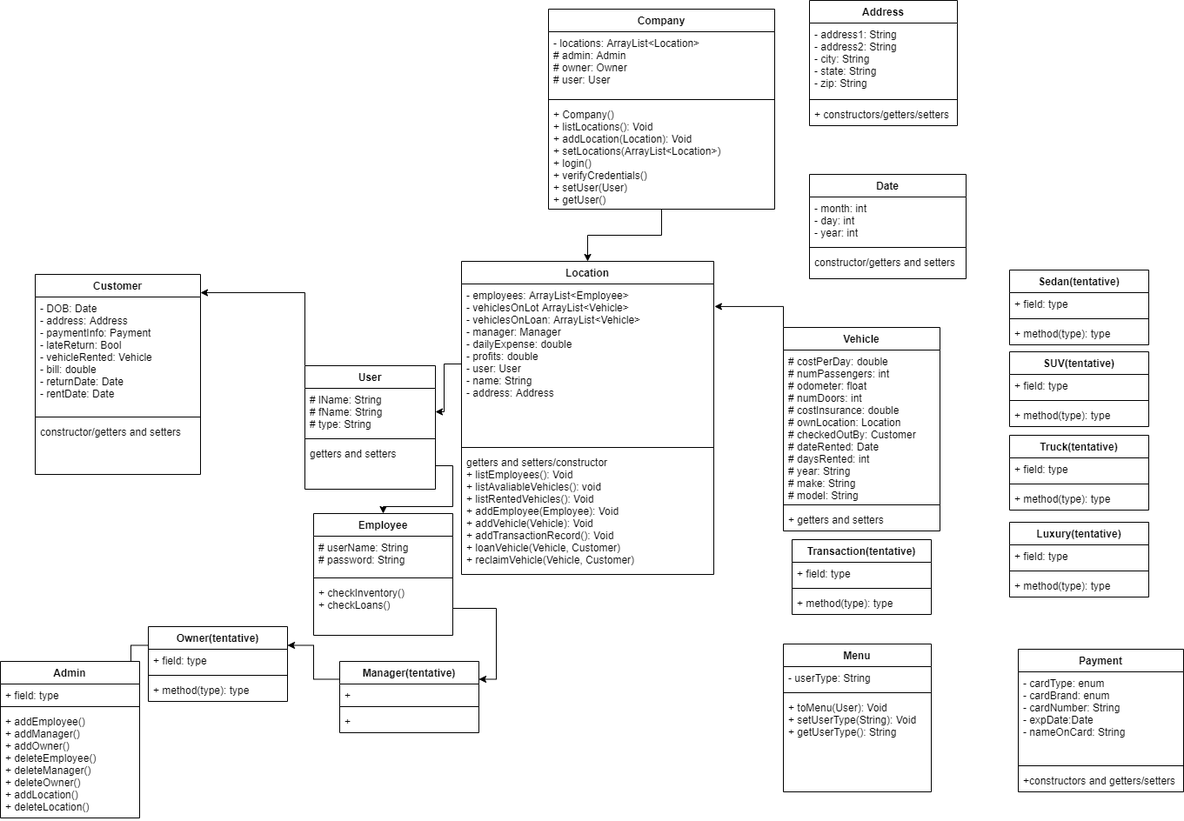
Earlier version of the draw.io export finalProject.png (alistenberger/rentACar). Source tidied: cells renumbered, new cells last; positions are measured from the earlier drawing's top-left corner, leaving out a move shared by most shapes.
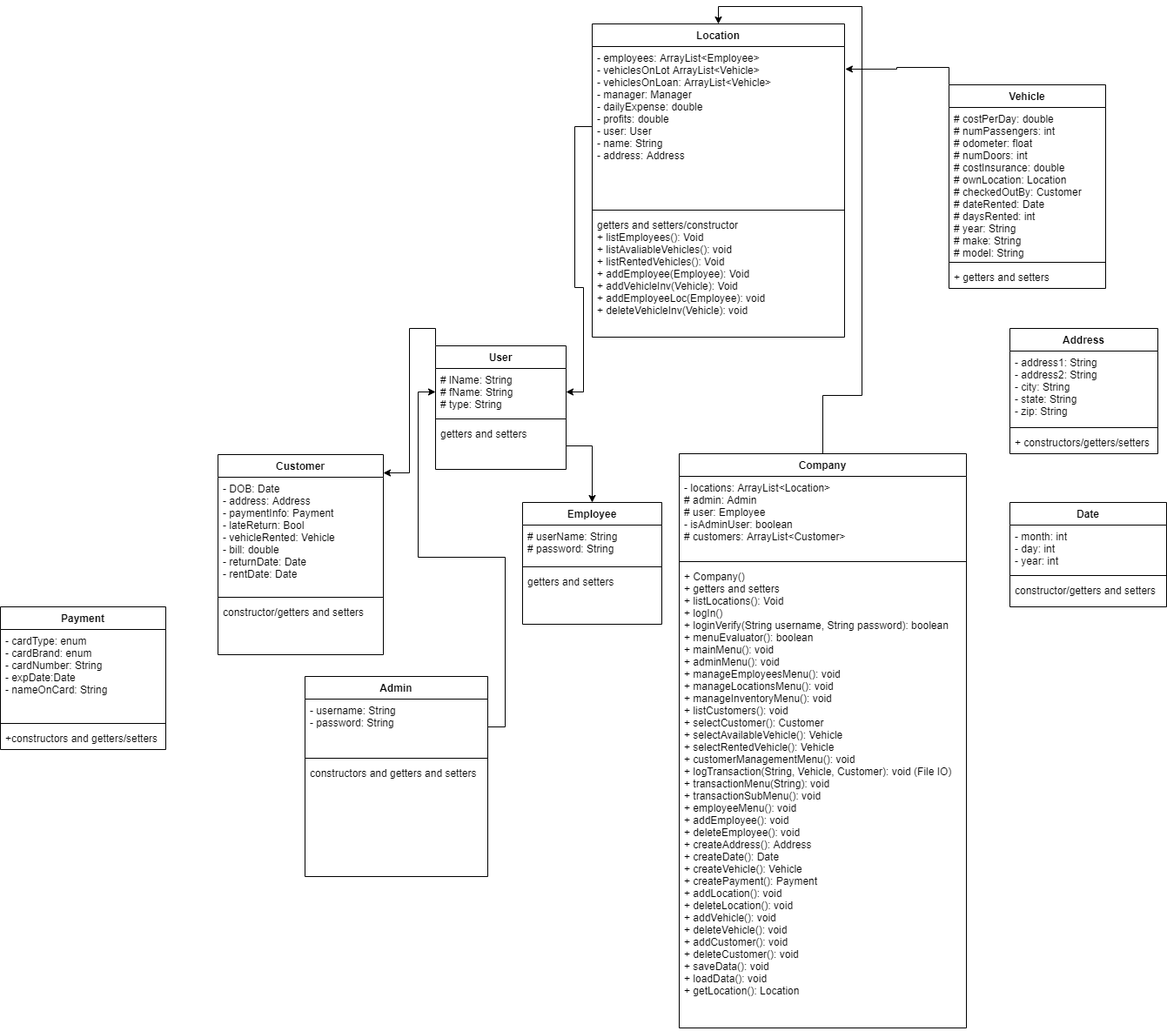
Later version of the same file.

Change to the diagram source:
```diff
@@ -8,3 +8,3 @@
     <mxCell id="3" value="User" style="swimlane;fontStyle=1;align=center;verticalAlign=top;horizontal=1;startSize=26;" parent="1" vertex="1">
-      <mxGeometry x="350" y="420" width="150" height="142" as="geometry" />
+      <mxGeometry x="270" y="20" width="150" height="142" as="geometry" />
     </mxCell>
@@ -20,3 +20,3 @@
     <mxCell id="7" value="Customer" style="swimlane;fontStyle=1;align=center;verticalAlign=top;horizontal=1;startSize=26;" parent="1" vertex="1">
-      <mxGeometry x="40" y="315" width="190" height="230" as="geometry" />
+      <mxGeometry x="20" y="145" width="190" height="230" as="geometry" />
     </mxCell>
@@ -32,3 +32,3 @@
     <mxCell id="11" value="Employee" style="swimlane;fontStyle=1;align=center;verticalAlign=top;horizontal=1;startSize=26;" parent="1" vertex="1">
-      <mxGeometry x="360" y="590" width="160" height="140" as="geometry" />
+      <mxGeometry x="370" y="200" width="160" height="140" as="geometry" />
     </mxCell>
@@ -40,20 +40,5 @@
     </mxCell>
-    <mxCell id="14" value="+ checkInventory()&#10;+ checkLoans()" style="text;strokeColor=none;fillColor=none;align=left;verticalAlign=top;spacingLeft=4;spacingRight=4;overflow=hidden;points=[[0,0.5],[1,0.5]];portConstraint=eastwest;" parent="11" vertex="1">
+    <mxCell id="14" value="getters and setters" style="text;strokeColor=none;fillColor=none;align=left;verticalAlign=top;spacingLeft=4;spacingRight=4;overflow=hidden;points=[[0,0.5],[1,0.5]];portConstraint=eastwest;" parent="11" vertex="1">
       <mxGeometry y="78" width="160" height="62" as="geometry" />
     </mxCell>
-    <mxCell id="15" style="edgeStyle=orthogonalEdgeStyle;rounded=0;jettySize=auto;html=1;exitX=0;exitY=0.25;exitDx=0;exitDy=0;entryX=1;entryY=0.122;entryDx=0;entryDy=0;entryPerimeter=0;" parent="1" edge="1" source="16" target="54">
-      <mxGeometry relative="1" as="geometry" />
-    </mxCell>
-    <mxCell id="16" value="Owner(tentative)" style="swimlane;fontStyle=1;align=center;verticalAlign=top;horizontal=1;startSize=26;" parent="1" vertex="1">
-      <mxGeometry x="170" y="720" width="160" height="86" as="geometry" />
-    </mxCell>
-    <mxCell id="17" value="+ field: type" style="text;strokeColor=none;fillColor=none;align=left;verticalAlign=top;spacingLeft=4;spacingRight=4;overflow=hidden;" parent="16" vertex="1">
-      <mxGeometry y="26" width="160" height="26" as="geometry" />
-    </mxCell>
-    <mxCell id="18" style="line;strokeWidth=1;fillColor=none;align=left;verticalAlign=middle;spacingTop=-1;spacingLeft=3;spacingRight=3;labelPosition=right;" parent="16" vertex="1">
-      <mxGeometry y="52" width="160" height="8" as="geometry" />
-    </mxCell>
-    <mxCell id="19" value="+ method(type): type" style="text;strokeColor=none;fillColor=none;align=left;verticalAlign=top;spacingLeft=4;spacingRight=4;overflow=hidden;" parent="16" vertex="1">
-      <mxGeometry y="60" width="160" height="26" as="geometry" />
-    </mxCell>
     <mxCell id="20" style="edgeStyle=orthogonalEdgeStyle;rounded=0;jettySize=auto;html=1;entryX=0.5;entryY=0;entryDx=0;entryDy=0;" parent="1" edge="1" source="21" target="25">
@@ -62,15 +47,15 @@
     <mxCell id="21" value="Company" style="swimlane;fontStyle=1;align=center;verticalAlign=top;horizontal=1;startSize=26;" parent="1" vertex="1">
-      <mxGeometry x="630" y="10" width="260" height="230" as="geometry" />
+      <mxGeometry x="550" y="144" width="330" height="660" as="geometry" />
     </mxCell>
-    <mxCell id="22" value="- locations: ArrayList&lt;Location&gt;&#10;# admin: Admin&#10;# owner: Owner&#10;# user: User" style="text;strokeColor=none;fillColor=none;align=left;verticalAlign=top;spacingLeft=4;spacingRight=4;overflow=hidden;" parent="21" vertex="1">
-      <mxGeometry y="26" width="260" height="74" as="geometry" />
+    <mxCell id="22" value="- locations: ArrayList&lt;Location&gt;&#10;# admin: Admin&#10;# user: Employee&#10;- isAdminUser: boolean&#10;# customers: ArrayList&lt;Customer&gt;" style="text;strokeColor=none;fillColor=none;align=left;verticalAlign=top;spacingLeft=4;spacingRight=4;overflow=hidden;" parent="21" vertex="1">
+      <mxGeometry y="26" width="330" height="94" as="geometry" />
     </mxCell>
     <mxCell id="23" style="line;strokeWidth=1;fillColor=none;align=left;verticalAlign=middle;spacingTop=-1;spacingLeft=3;spacingRight=3;labelPosition=right;" parent="21" vertex="1">
-      <mxGeometry y="100" width="260" height="8" as="geometry" />
+      <mxGeometry y="120" width="330" height="8" as="geometry" />
     </mxCell>
-    <mxCell id="24" value="+ Company()&#10;+ listLocations(): Void&#10;+ addLocation(Location): Void&#10;+ setLocations(ArrayList&lt;Location&gt;)&#10;+ login()&#10;+ verifyCredentials()&#10;+ setUser(User)&#10;+ getUser()" style="text;strokeColor=none;fillColor=none;align=left;verticalAlign=top;spacingLeft=4;spacingRight=4;overflow=hidden;" parent="21" vertex="1">
-      <mxGeometry y="108" width="260" height="122" as="geometry" />
+    <mxCell id="24" value="+ Company()&#10;+ getters and setters&#10;+ listLocations(): Void&#10;+ logIn()&#10;+ loginVerify(String username, String password): boolean&#10;+ menuEvaluator(): boolean&#10;+ mainMenu(): void&#10;+ adminMenu(): void&#10;+ manageEmployeesMenu(): void&#10;+ manageLocationsMenu(): void&#10;+ manageInventoryMenu(): void&#10;+ listCustomers(): void&#10;+ selectCustomer(): Customer&#10;+ selectAvailableVehicle(): Vehicle&#10;+ selectRentedVehicle(): Vehicle&#10;+ customerManagementMenu(): void&#10;+ logTransaction(String, Vehicle, Customer): void (File IO)&#10;+ transactionMenu(String): void&#10;+ transactionSubMenu(): void&#10;+ employeeMenu(): void&#10;+ addEmployee(): void&#10;+ deleteEmployee(): void&#10;+ createAddress(): Address&#10;+ createDate(): Date&#10;+ createVehicle(): Vehicle&#10;+ createPayment(): Payment&#10;+ addLocation(): void&#10;+ deleteLocation(): void&#10;+ addVehicle(): void&#10;+ deleteVehicle(): void&#10;+ addCustomer(): void&#10;+ deleteCustomer(): void&#10;+ saveData(): void&#10;+ loadData(): void&#10;+ getLocation(): Location" style="text;strokeColor=none;fillColor=none;align=left;verticalAlign=top;spacingLeft=4;spacingRight=4;overflow=hidden;" parent="21" vertex="1">
+      <mxGeometry y="128" width="330" height="532" as="geometry" />
     </mxCell>
     <mxCell id="25" value="Location" style="swimlane;fontStyle=1;align=center;verticalAlign=top;horizontal=1;startSize=26;" parent="1" vertex="1">
-      <mxGeometry x="530" y="300" width="290" height="360" as="geometry" />
+      <mxGeometry x="450" y="-350" width="290" height="360" as="geometry" />
     </mxCell>
@@ -82,3 +67,3 @@
     </mxCell>
-    <mxCell id="28" value="getters and setters/constructor&#10;+ listEmployees(): Void&#10;+ listAvaliableVehicles(): void&#10;+ listRentedVehicles(): Void&#10;+ addEmployee(Employee): Void&#10;+ addVehicle(Vehicle): Void&#10;+ addTransactionRecord(): Void&#10;+ loanVehicle(Vehicle, Customer)&#10;+ reclaimVehicle(Vehicle, Customer)" style="text;strokeColor=none;fillColor=none;align=left;verticalAlign=top;spacingLeft=4;spacingRight=4;overflow=hidden;" parent="25" vertex="1">
+    <mxCell id="28" value="getters and setters/constructor&#10;+ listEmployees(): Void&#10;+ listAvaliableVehicles(): void&#10;+ listRentedVehicles(): Void&#10;+ addEmployee(Employee): Void&#10;+ addVehicleInv(Vehicle): Void&#10;+ addEmployeeLoc(Employee): void&#10;+ deleteVehicleInv(Vehicle): void" style="text;strokeColor=none;fillColor=none;align=left;verticalAlign=top;spacingLeft=4;spacingRight=4;overflow=hidden;" parent="25" vertex="1">
       <mxGeometry y="218" width="290" height="142" as="geometry" />
@@ -89,3 +74,3 @@
     <mxCell id="30" value="Vehicle" style="swimlane;fontStyle=1;align=center;verticalAlign=top;horizontal=1;startSize=26;" parent="1" vertex="1">
-      <mxGeometry x="900" y="376" width="180" height="234" as="geometry" />
+      <mxGeometry x="860" y="-280" width="180" height="234" as="geometry" />
     </mxCell>
@@ -100,94 +85,14 @@
     </mxCell>
-    <mxCell id="34" value="Transaction(tentative)" style="swimlane;fontStyle=1;align=center;verticalAlign=top;horizontal=1;startSize=26;" parent="1" vertex="1">
-      <mxGeometry x="910" y="620" width="160" height="86" as="geometry" />
-    </mxCell>
-    <mxCell id="35" value="+ field: type" style="text;strokeColor=none;fillColor=none;align=left;verticalAlign=top;spacingLeft=4;spacingRight=4;overflow=hidden;" parent="34" vertex="1">
-      <mxGeometry y="26" width="160" height="26" as="geometry" />
-    </mxCell>
-    <mxCell id="36" style="line;strokeWidth=1;fillColor=none;align=left;verticalAlign=middle;spacingTop=-1;spacingLeft=3;spacingRight=3;labelPosition=right;" parent="34" vertex="1">
-      <mxGeometry y="52" width="160" height="8" as="geometry" />
-    </mxCell>
-    <mxCell id="37" value="+ method(type): type" style="text;strokeColor=none;fillColor=none;align=left;verticalAlign=top;spacingLeft=4;spacingRight=4;overflow=hidden;" parent="34" vertex="1">
-      <mxGeometry y="60" width="160" height="26" as="geometry" />
-    </mxCell>
-    <mxCell id="38" value="SUV(tentative)" style="swimlane;fontStyle=1;align=center;verticalAlign=top;horizontal=1;startSize=26;" parent="1" vertex="1">
-      <mxGeometry x="1160" y="404" width="160" height="86" as="geometry" />
-    </mxCell>
-    <mxCell id="39" value="+ field: type" style="text;strokeColor=none;fillColor=none;align=left;verticalAlign=top;spacingLeft=4;spacingRight=4;overflow=hidden;" parent="38" vertex="1">
-      <mxGeometry y="26" width="160" height="26" as="geometry" />
-    </mxCell>
-    <mxCell id="40" style="line;strokeWidth=1;fillColor=none;align=left;verticalAlign=middle;spacingTop=-1;spacingLeft=3;spacingRight=3;labelPosition=right;" parent="38" vertex="1">
-      <mxGeometry y="52" width="160" height="8" as="geometry" />
-    </mxCell>
-    <mxCell id="41" value="+ method(type): type" style="text;strokeColor=none;fillColor=none;align=left;verticalAlign=top;spacingLeft=4;spacingRight=4;overflow=hidden;" parent="38" vertex="1">
-      <mxGeometry y="60" width="160" height="26" as="geometry" />
-    </mxCell>
-    <mxCell id="42" value="Sedan(tentative)" style="swimlane;fontStyle=1;align=center;verticalAlign=top;horizontal=1;startSize=26;" parent="1" vertex="1">
-      <mxGeometry x="1160" y="310" width="160" height="86" as="geometry" />
-    </mxCell>
-    <mxCell id="43" value="+ field: type" style="text;strokeColor=none;fillColor=none;align=left;verticalAlign=top;spacingLeft=4;spacingRight=4;overflow=hidden;" parent="42" vertex="1">
-      <mxGeometry y="26" width="160" height="26" as="geometry" />
-    </mxCell>
-    <mxCell id="44" style="line;strokeWidth=1;fillColor=none;align=left;verticalAlign=middle;spacingTop=-1;spacingLeft=3;spacingRight=3;labelPosition=right;" parent="42" vertex="1">
-      <mxGeometry y="52" width="160" height="8" as="geometry" />
-    </mxCell>
-    <mxCell id="45" value="+ method(type): type" style="text;strokeColor=none;fillColor=none;align=left;verticalAlign=top;spacingLeft=4;spacingRight=4;overflow=hidden;" parent="42" vertex="1">
-      <mxGeometry y="60" width="160" height="26" as="geometry" />
-    </mxCell>
-    <mxCell id="46" value="Luxury(tentative)" style="swimlane;fontStyle=1;align=center;verticalAlign=top;horizontal=1;startSize=26;" parent="1" vertex="1">
-      <mxGeometry x="1160" y="600" width="160" height="86" as="geometry" />
-    </mxCell>
-    <mxCell id="47" value="+ field: type" style="text;strokeColor=none;fillColor=none;align=left;verticalAlign=top;spacingLeft=4;spacingRight=4;overflow=hidden;" parent="46" vertex="1">
-      <mxGeometry y="26" width="160" height="26" as="geometry" />
-    </mxCell>
-    <mxCell id="48" style="line;strokeWidth=1;fillColor=none;align=left;verticalAlign=middle;spacingTop=-1;spacingLeft=3;spacingRight=3;labelPosition=right;" parent="46" vertex="1">
-      <mxGeometry y="52" width="160" height="8" as="geometry" />
-    </mxCell>
-    <mxCell id="49" value="+ method(type): type" style="text;strokeColor=none;fillColor=none;align=left;verticalAlign=top;spacingLeft=4;spacingRight=4;overflow=hidden;" parent="46" vertex="1">
-      <mxGeometry y="60" width="160" height="26" as="geometry" />
-    </mxCell>
-    <mxCell id="50" value="Truck(tentative)" style="swimlane;fontStyle=1;align=center;verticalAlign=top;horizontal=1;startSize=26;" parent="1" vertex="1">
-      <mxGeometry x="1160" y="500" width="160" height="86" as="geometry" />
-    </mxCell>
-    <mxCell id="51" value="+ field: type" style="text;strokeColor=none;fillColor=none;align=left;verticalAlign=top;spacingLeft=4;spacingRight=4;overflow=hidden;" parent="50" vertex="1">
-      <mxGeometry y="26" width="160" height="26" as="geometry" />
-    </mxCell>
-    <mxCell id="52" style="line;strokeWidth=1;fillColor=none;align=left;verticalAlign=middle;spacingTop=-1;spacingLeft=3;spacingRight=3;labelPosition=right;" parent="50" vertex="1">
-      <mxGeometry y="52" width="160" height="8" as="geometry" />
-    </mxCell>
-    <mxCell id="53" value="+ method(type): type" style="text;strokeColor=none;fillColor=none;align=left;verticalAlign=top;spacingLeft=4;spacingRight=4;overflow=hidden;" parent="50" vertex="1">
-      <mxGeometry y="60" width="160" height="26" as="geometry" />
-    </mxCell>
     <mxCell id="54" value="Admin" style="swimlane;fontStyle=1;align=center;verticalAlign=top;horizontal=1;startSize=26;" parent="1" vertex="1">
-      <mxGeometry y="760" width="160" height="180" as="geometry" />
+      <mxGeometry x="120" y="400" width="210" height="230" as="geometry" />
     </mxCell>
-    <mxCell id="55" value="+ field: type" style="text;strokeColor=none;fillColor=none;align=left;verticalAlign=top;spacingLeft=4;spacingRight=4;overflow=hidden;points=[[0,0.5],[1,0.5]];portConstraint=eastwest;" parent="54" vertex="1">
-      <mxGeometry y="26" width="160" height="22" as="geometry" />
+    <mxCell id="55" value="- username: String&#10;- password: String&#10;" style="text;strokeColor=none;fillColor=none;align=left;verticalAlign=top;spacingLeft=4;spacingRight=4;overflow=hidden;points=[[0,0.5],[1,0.5]];portConstraint=eastwest;" parent="54" vertex="1">
+      <mxGeometry y="26" width="210" height="64" as="geometry" />
     </mxCell>
     <mxCell id="56" style="line;strokeWidth=1;fillColor=none;align=left;verticalAlign=middle;spacingTop=-1;spacingLeft=3;spacingRight=3;labelPosition=right;" parent="54" vertex="1">
-      <mxGeometry y="48" width="160" height="8" as="geometry" />
+      <mxGeometry y="90" width="210" height="8" as="geometry" />
     </mxCell>
-    <mxCell id="57" value="+ addEmployee()&#10;+ addManager()&#10;+ addOwner()&#10;+ deleteEmployee()&#10;+ deleteManager()&#10;+ deleteOwner()&#10;+ addLocation()&#10;+ deleteLocation()" style="text;strokeColor=none;fillColor=none;align=left;verticalAlign=top;spacingLeft=4;spacingRight=4;overflow=hidden;" parent="54" vertex="1">
-      <mxGeometry y="56" width="160" height="124" as="geometry" />
+    <mxCell id="57" value="constructors and getters and setters" style="text;strokeColor=none;fillColor=none;align=left;verticalAlign=top;spacingLeft=4;spacingRight=4;overflow=hidden;" parent="54" vertex="1">
+      <mxGeometry y="98" width="210" height="132" as="geometry" />
     </mxCell>
-    <mxCell id="58" style="edgeStyle=orthogonalEdgeStyle;rounded=0;jettySize=auto;html=1;exitX=0;exitY=0.25;exitDx=0;exitDy=0;entryX=1;entryY=0.25;entryDx=0;entryDy=0;" parent="1" edge="1" source="59" target="16">
-      <mxGeometry relative="1" as="geometry">
-        <Array as="points">
-          <mxPoint x="360" y="781" />
-          <mxPoint x="360" y="742" />
-        </Array>
-      </mxGeometry>
-    </mxCell>
-    <mxCell id="59" value="Manager(tentative)" style="swimlane;fontStyle=1;align=center;verticalAlign=top;horizontal=1;startSize=26;" parent="1" vertex="1">
-      <mxGeometry x="390" y="760" width="160" height="82" as="geometry" />
-    </mxCell>
-    <mxCell id="60" value="+ " style="text;strokeColor=none;fillColor=none;align=left;verticalAlign=top;spacingLeft=4;spacingRight=4;overflow=hidden;" parent="59" vertex="1">
-      <mxGeometry y="26" width="160" height="22" as="geometry" />
-    </mxCell>
-    <mxCell id="61" style="line;strokeWidth=1;fillColor=none;align=left;verticalAlign=middle;spacingTop=-1;spacingLeft=3;spacingRight=3;labelPosition=right;" parent="59" vertex="1">
-      <mxGeometry y="48" width="160" height="8" as="geometry" />
-    </mxCell>
-    <mxCell id="62" value="+ " style="text;strokeColor=none;fillColor=none;align=left;verticalAlign=top;spacingLeft=4;spacingRight=4;overflow=hidden;" parent="59" vertex="1">
-      <mxGeometry y="56" width="160" height="26" as="geometry" />
-    </mxCell>
     <mxCell id="63" value="Date" style="swimlane;fontStyle=1;align=center;verticalAlign=top;horizontal=1;startSize=26;" parent="1" vertex="1">
@@ -207,17 +112,2 @@
     </mxCell>
-    <mxCell id="68" style="edgeStyle=orthogonalEdgeStyle;rounded=0;jettySize=auto;html=1;exitX=1;exitY=0.5;exitDx=0;exitDy=0;entryX=1;entryY=0.25;entryDx=0;entryDy=0;" parent="1" edge="1" source="14" target="59">
-      <mxGeometry relative="1" as="geometry" />
-    </mxCell>
-    <mxCell id="69" value="Menu" style="swimlane;fontStyle=1;align=center;verticalAlign=top;horizontal=1;startSize=26;" parent="1" vertex="1">
-      <mxGeometry x="900" y="740" width="170" height="170" as="geometry" />
-    </mxCell>
-    <mxCell id="70" value="- userType: String" style="text;strokeColor=none;fillColor=none;align=left;verticalAlign=top;spacingLeft=4;spacingRight=4;overflow=hidden;" parent="69" vertex="1">
-      <mxGeometry y="26" width="170" height="26" as="geometry" />
-    </mxCell>
-    <mxCell id="71" style="line;strokeWidth=1;fillColor=none;align=left;verticalAlign=middle;spacingTop=-1;spacingLeft=3;spacingRight=3;labelPosition=right;" parent="69" vertex="1">
-      <mxGeometry y="52" width="170" height="8" as="geometry" />
-    </mxCell>
-    <mxCell id="72" value="+ toMenu(User): Void&#10;+ setUserType(String): Void&#10;+ getUserType(): String" style="text;strokeColor=none;fillColor=none;align=left;verticalAlign=top;spacingLeft=4;spacingRight=4;overflow=hidden;" parent="69" vertex="1">
-      <mxGeometry y="60" width="170" height="110" as="geometry" />
-    </mxCell>
     <mxCell id="73" value="Address" style="swimlane;fontStyle=1;align=center;verticalAlign=top;horizontal=1;startSize=26;" parent="1" vertex="1">
@@ -238,3 +128,3 @@
     <mxCell id="78" value="Payment" style="swimlane;fontStyle=1;align=center;verticalAlign=top;horizontal=1;startSize=26;" parent="1" vertex="1">
-      <mxGeometry x="1170" y="746" width="190" height="164" as="geometry" />
+      <mxGeometry x="-230" y="320" width="190" height="164" as="geometry" />
     </mxCell>
@@ -249,2 +139,5 @@
     </mxCell>
+    <mxCell id="82" style="edgeStyle=orthogonalEdgeStyle;rounded=0;jettySize=auto;html=1;exitX=1;exitY=0.5;exitDx=0;exitDy=0;entryX=0;entryY=0.5;entryDx=0;entryDy=0;" parent="1" edge="1" source="55" target="4">
+      <mxGeometry relative="1" as="geometry" />
+    </mxCell>
   </root>
```
